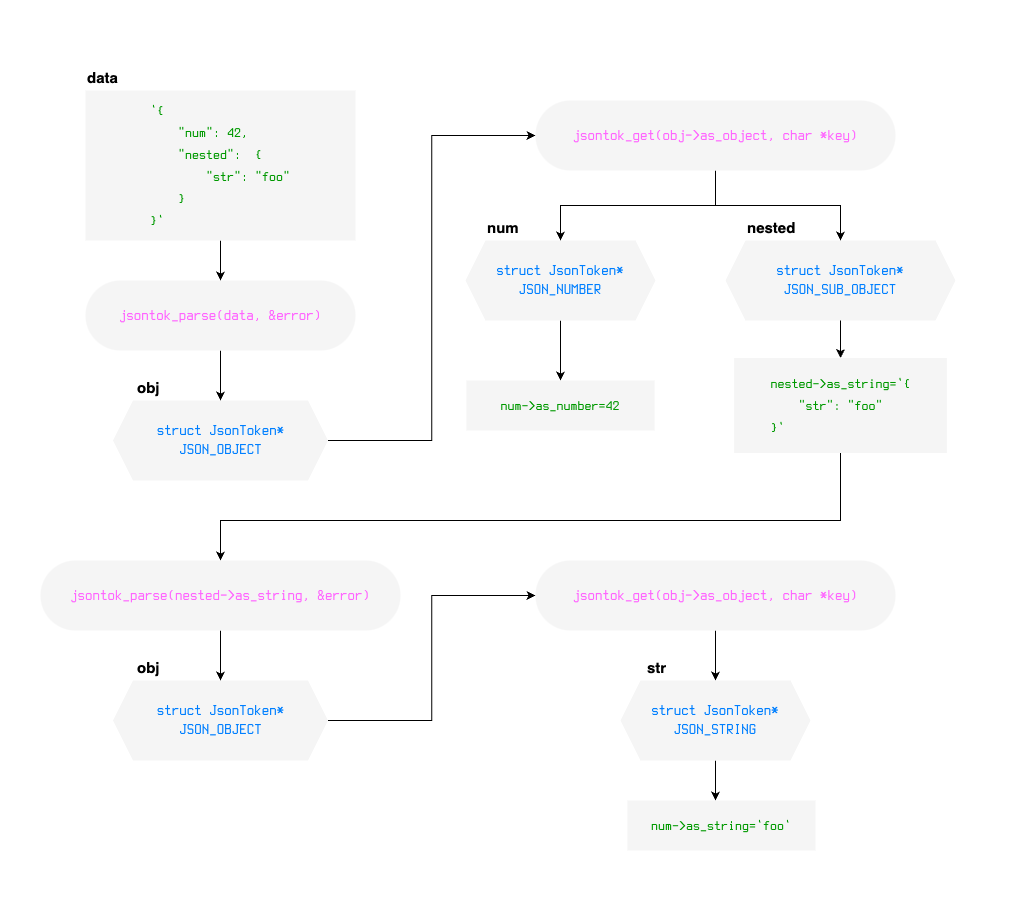
Earlier version of the draw.io export jsontok_light.png (eliasmurcray/jsontok). Source tidied: cells renumbered, new cells last; positions are measured from the earlier drawing's top-left corner, leaving out a move shared by most shapes. The source it was exported from:
```xml
<mxGraphModel background="#FFFFFF">
  <root>
    <mxCell id="0" />
    <mxCell id="1" parent="0" />
    <mxCell id="2" style="rounded=0;whiteSpace=wrap;html=1;fillColor=none;strokeColor=none;" parent="1" vertex="1">
      <mxGeometry width="1010" height="920" as="geometry" />
    </mxCell>
    <mxCell id="3" style="edgeStyle=orthogonalEdgeStyle;rounded=0;jettySize=auto;html=1;entryX=0.5;entryY=0;entryDx=0;entryDy=0;" parent="1" edge="1" source="4" target="8">
      <mxGeometry relative="1" as="geometry" />
    </mxCell>
    <mxCell id="4" value="&lt;font color=&quot;#ff66ff&quot; style=&quot;font-size: 15px;&quot; face=&quot;Terminus&quot;&gt;jsontok_parse(data, &amp;amp;error)&lt;/font&gt;" style="rounded=1;whiteSpace=wrap;html=1;fillColor=#f5f5f5;fontColor=#333333;strokeColor=none;arcSize=50;" parent="1" vertex="1">
      <mxGeometry x="85" y="280" width="270" height="70" as="geometry" />
    </mxCell>
    <mxCell id="5" style="edgeStyle=orthogonalEdgeStyle;rounded=0;jettySize=auto;html=1;entryX=0.5;entryY=0;entryDx=0;entryDy=0;" parent="1" edge="1" source="6" target="4">
      <mxGeometry relative="1" as="geometry" />
    </mxCell>
    <mxCell id="6" value="&lt;p style=&quot;line-height: 130%;&quot;&gt;&lt;/p&gt;&lt;div style=&quot;text-align: left; font-size: 14px; line-height: 150%;&quot;&gt;&lt;span style=&quot;background-color: initial;&quot;&gt;&lt;font style=&quot;font-size: 14px;&quot; face=&quot;Terminus&quot;&gt;`{&lt;/font&gt;&lt;/span&gt;&lt;/div&gt;&lt;div style=&quot;text-align: left; font-size: 14px; line-height: 150%;&quot;&gt;&lt;font style=&quot;font-size: 14px;&quot; face=&quot;Terminus&quot;&gt;&amp;nbsp; &amp;nbsp; &quot;num&quot;: 42,&lt;/font&gt;&lt;/div&gt;&lt;div style=&quot;text-align: left; font-size: 14px; line-height: 150%;&quot;&gt;&lt;span style=&quot;font-family: Terminus; background-color: initial;&quot;&gt;&amp;nbsp; &amp;nbsp; &quot;nested&quot;:&amp;nbsp; {&lt;/span&gt;&lt;/div&gt;&lt;div style=&quot;text-align: left; font-size: 14px; line-height: 150%;&quot;&gt;&lt;font style=&quot;font-size: 14px;&quot; face=&quot;Terminus&quot;&gt;&amp;nbsp; &amp;nbsp; &amp;nbsp; &amp;nbsp; &quot;str&quot;: &quot;foo&quot;&lt;/font&gt;&lt;/div&gt;&lt;div style=&quot;text-align: left; font-size: 14px; line-height: 150%;&quot;&gt;&lt;font style=&quot;font-size: 14px;&quot; face=&quot;Terminus&quot;&gt;&amp;nbsp; &amp;nbsp; }&lt;/font&gt;&lt;/div&gt;&lt;div style=&quot;text-align: left; font-size: 14px; line-height: 150%;&quot;&gt;&lt;font style=&quot;font-size: 14px;&quot; face=&quot;Terminus&quot;&gt;}`&lt;/font&gt;&lt;/div&gt;&lt;p&gt;&lt;/p&gt;" style="rounded=0;whiteSpace=wrap;html=1;fillColor=#f5f5f5;fontColor=#009900;strokeColor=none;" parent="1" vertex="1">
      <mxGeometry x="85" y="90" width="270" height="150" as="geometry" />
    </mxCell>
    <mxCell id="7" style="edgeStyle=orthogonalEdgeStyle;rounded=0;jettySize=auto;html=1;entryX=0;entryY=0.5;entryDx=0;entryDy=0;" parent="1" edge="1" source="8" target="15">
      <mxGeometry relative="1" as="geometry" />
    </mxCell>
    <mxCell id="8" value="&lt;font color=&quot;#007fff&quot; style=&quot;font-size: 15px;&quot; face=&quot;Terminus&quot;&gt;struct JsonToken*&lt;/font&gt;&lt;div style=&quot;font-size: 15px;&quot;&gt;&lt;font color=&quot;#007fff&quot; style=&quot;font-size: 15px;&quot; face=&quot;Terminus&quot;&gt;JSON_OBJECT&lt;/font&gt;&lt;/div&gt;" style="shape=hexagon;perimeter=hexagonPerimeter2;whiteSpace=wrap;html=1;fixedSize=1;fillColor=#f5f5f5;fontColor=#333333;strokeColor=none;" parent="1" vertex="1">
      <mxGeometry x="112.5" y="400" width="215" height="80" as="geometry" />
    </mxCell>
    <mxCell id="9" style="edgeStyle=orthogonalEdgeStyle;rounded=0;jettySize=auto;html=1;entryX=0.5;entryY=0;entryDx=0;entryDy=0;" parent="1" edge="1" source="10" target="16">
      <mxGeometry relative="1" as="geometry" />
    </mxCell>
    <mxCell id="10" value="&lt;font face=&quot;Terminus&quot; color=&quot;#007fff&quot; style=&quot;font-size: 15px;&quot;&gt;struct JsonToken*&lt;/font&gt;&lt;div style=&quot;font-size: 15px;&quot;&gt;&lt;font face=&quot;Terminus&quot; color=&quot;#007fff&quot; style=&quot;font-size: 15px;&quot;&gt;JSON_NUMBER&lt;/font&gt;&lt;/div&gt;" style="shape=hexagon;perimeter=hexagonPerimeter2;whiteSpace=wrap;html=1;fixedSize=1;fillColor=#f5f5f5;fontColor=#333333;strokeColor=none;" parent="1" vertex="1">
      <mxGeometry x="465" y="240" width="190" height="80" as="geometry" />
    </mxCell>
    <mxCell id="11" style="edgeStyle=orthogonalEdgeStyle;rounded=0;jettySize=auto;html=1;entryX=0.5;entryY=0;entryDx=0;entryDy=0;" parent="1" edge="1" source="12" target="22">
      <mxGeometry relative="1" as="geometry" />
    </mxCell>
    <mxCell id="12" value="&lt;font color=&quot;#007fff&quot; style=&quot;font-size: 15px;&quot; face=&quot;Terminus&quot;&gt;struct JsonToken*&lt;/font&gt;&lt;div style=&quot;font-size: 15px;&quot;&gt;&lt;font color=&quot;#007fff&quot; style=&quot;font-size: 15px;&quot; face=&quot;Terminus&quot;&gt;JSON_SUB_OBJECT&lt;/font&gt;&lt;/div&gt;" style="shape=hexagon;perimeter=hexagonPerimeter2;whiteSpace=wrap;html=1;fixedSize=1;fillColor=#f5f5f5;fontColor=#333333;strokeColor=none;" parent="1" vertex="1">
      <mxGeometry x="725" y="240" width="230" height="80" as="geometry" />
    </mxCell>
    <mxCell id="13" style="edgeStyle=orthogonalEdgeStyle;rounded=0;jettySize=auto;html=1;entryX=0.5;entryY=0;entryDx=0;entryDy=0;" parent="1" edge="1" source="15" target="10">
      <mxGeometry relative="1" as="geometry" />
    </mxCell>
    <mxCell id="14" style="edgeStyle=orthogonalEdgeStyle;rounded=0;jettySize=auto;html=1;entryX=0.5;entryY=0;entryDx=0;entryDy=0;" parent="1" edge="1" source="15" target="12">
      <mxGeometry relative="1" as="geometry" />
    </mxCell>
    <mxCell id="15" value="&lt;font color=&quot;#ff66ff&quot; style=&quot;font-size: 15px;&quot; face=&quot;Terminus&quot;&gt;jsontok_get(obj-&amp;gt;as_object, char *key)&lt;/font&gt;" style="rounded=1;whiteSpace=wrap;html=1;fillColor=#f5f5f5;fontColor=#333333;strokeColor=none;arcSize=50;" parent="1" vertex="1">
      <mxGeometry x="535" y="100" width="360" height="70" as="geometry" />
    </mxCell>
    <mxCell id="16" value="&lt;p style=&quot;line-height: 130%;&quot;&gt;&lt;/p&gt;&lt;div style=&quot;text-align: left; font-size: 14px; line-height: 150%;&quot;&gt;&lt;font face=&quot;Terminus&quot;&gt;num-&amp;gt;as_number=42&lt;/font&gt;&lt;/div&gt;&lt;p&gt;&lt;/p&gt;" style="rounded=0;whiteSpace=wrap;html=1;fillColor=#f5f5f5;fontColor=#009900;strokeColor=none;" parent="1" vertex="1">
      <mxGeometry x="465.9" y="380" width="188.1" height="50" as="geometry" />
    </mxCell>
    <mxCell id="17" value="&lt;h1&gt;&lt;font style=&quot;font-size: 15px;&quot;&gt;data&lt;/font&gt;&lt;/h1&gt;" style="text;html=1;align=left;verticalAlign=middle;strokeColor=none;fillColor=none;" parent="1" vertex="1">
      <mxGeometry x="85" y="40" width="50" height="70" as="geometry" />
    </mxCell>
    <mxCell id="18" value="&lt;h1&gt;&lt;font style=&quot;font-size: 15px;&quot;&gt;obj&lt;/font&gt;&lt;/h1&gt;" style="text;html=1;align=left;verticalAlign=middle;strokeColor=none;fillColor=none;" parent="1" vertex="1">
      <mxGeometry x="135" y="350" width="50" height="70" as="geometry" />
    </mxCell>
    <mxCell id="19" value="&lt;h1&gt;&lt;font style=&quot;font-size: 15px;&quot;&gt;num&lt;/font&gt;&lt;/h1&gt;" style="text;html=1;align=left;verticalAlign=middle;strokeColor=none;fillColor=none;" parent="1" vertex="1">
      <mxGeometry x="485" y="190" width="60" height="70" as="geometry" />
    </mxCell>
    <mxCell id="20" value="&lt;h1&gt;&lt;font style=&quot;font-size: 15px;&quot;&gt;nested&lt;/font&gt;&lt;/h1&gt;" style="text;html=1;align=left;verticalAlign=middle;strokeColor=none;fillColor=none;" parent="1" vertex="1">
      <mxGeometry x="745" y="190" width="70" height="70" as="geometry" />
    </mxCell>
    <mxCell id="21" style="edgeStyle=orthogonalEdgeStyle;rounded=0;jettySize=auto;html=1;" parent="1" edge="1" source="22" target="24">
      <mxGeometry relative="1" as="geometry">
        <Array as="points">
          <mxPoint x="840" y="520" />
          <mxPoint x="220" y="520" />
        </Array>
      </mxGeometry>
    </mxCell>
    <mxCell id="22" value="&lt;p style=&quot;line-height: 130%;&quot;&gt;&lt;/p&gt;&lt;div style=&quot;text-align: left; font-size: 14px; line-height: 150%;&quot;&gt;&lt;font face=&quot;Terminus&quot;&gt;nested-&amp;gt;as_string=`{&lt;br&gt;&amp;nbsp; &amp;nbsp; &quot;str&quot;: &quot;foo&quot;&lt;br&gt;}`&lt;/font&gt;&lt;/div&gt;&lt;p&gt;&lt;/p&gt;" style="rounded=0;whiteSpace=wrap;html=1;fillColor=#f5f5f5;fontColor=#009900;strokeColor=none;" parent="1" vertex="1">
      <mxGeometry x="733.6" y="357.5" width="212.7" height="95" as="geometry" />
    </mxCell>
    <mxCell id="23" style="edgeStyle=orthogonalEdgeStyle;rounded=0;jettySize=auto;html=1;" parent="1" edge="1" source="24">
      <mxGeometry relative="1" as="geometry">
        <mxPoint x="220" y="680" as="targetPoint" />
      </mxGeometry>
    </mxCell>
    <mxCell id="24" value="&lt;font color=&quot;#ff66ff&quot; style=&quot;font-size: 15px;&quot; face=&quot;Terminus&quot;&gt;jsontok_parse(nested-&amp;gt;as_string, &amp;amp;error)&lt;/font&gt;" style="rounded=1;whiteSpace=wrap;html=1;fillColor=#f5f5f5;fontColor=#333333;strokeColor=none;arcSize=50;" parent="1" vertex="1">
      <mxGeometry x="40" y="560" width="360" height="70" as="geometry" />
    </mxCell>
    <mxCell id="25" style="edgeStyle=orthogonalEdgeStyle;rounded=0;jettySize=auto;html=1;entryX=0;entryY=0.5;entryDx=0;entryDy=0;" parent="1" edge="1" source="26" target="28">
      <mxGeometry relative="1" as="geometry" />
    </mxCell>
    <mxCell id="26" value="&lt;font color=&quot;#007fff&quot; style=&quot;font-size: 15px;&quot; face=&quot;Terminus&quot;&gt;struct JsonToken*&lt;/font&gt;&lt;div style=&quot;font-size: 15px;&quot;&gt;&lt;font color=&quot;#007fff&quot; style=&quot;font-size: 15px;&quot; face=&quot;Terminus&quot;&gt;JSON_OBJECT&lt;/font&gt;&lt;/div&gt;" style="shape=hexagon;perimeter=hexagonPerimeter2;whiteSpace=wrap;html=1;fixedSize=1;fillColor=#f5f5f5;fontColor=#333333;strokeColor=none;" parent="1" vertex="1">
      <mxGeometry x="112.5" y="680" width="215" height="80" as="geometry" />
    </mxCell>
    <mxCell id="27" style="edgeStyle=orthogonalEdgeStyle;rounded=0;jettySize=auto;html=1;" parent="1" edge="1" source="28">
      <mxGeometry relative="1" as="geometry">
        <mxPoint x="715" y="680" as="targetPoint" />
      </mxGeometry>
    </mxCell>
    <mxCell id="28" value="&lt;font color=&quot;#ff66ff&quot; style=&quot;font-size: 15px;&quot; face=&quot;Terminus&quot;&gt;jsontok_get(obj-&amp;gt;as_object, char *key)&lt;/font&gt;" style="rounded=1;whiteSpace=wrap;html=1;fillColor=#f5f5f5;fontColor=#333333;strokeColor=none;arcSize=50;" parent="1" vertex="1">
      <mxGeometry x="535" y="560" width="360" height="70" as="geometry" />
    </mxCell>
    <mxCell id="29" style="edgeStyle=orthogonalEdgeStyle;rounded=0;jettySize=auto;html=1;" parent="1" edge="1" source="30">
      <mxGeometry relative="1" as="geometry">
        <mxPoint x="715" y="800" as="targetPoint" />
      </mxGeometry>
    </mxCell>
    <mxCell id="30" value="&lt;font face=&quot;Terminus&quot; color=&quot;#007fff&quot; style=&quot;font-size: 15px;&quot;&gt;struct JsonToken*&lt;/font&gt;&lt;div style=&quot;font-size: 15px;&quot;&gt;&lt;font face=&quot;Terminus&quot; color=&quot;#007fff&quot; style=&quot;font-size: 15px;&quot;&gt;JSON_STRING&lt;/font&gt;&lt;/div&gt;" style="shape=hexagon;perimeter=hexagonPerimeter2;whiteSpace=wrap;html=1;fixedSize=1;fillColor=#f5f5f5;fontColor=#333333;strokeColor=none;" parent="1" vertex="1">
      <mxGeometry x="620" y="680" width="190" height="80" as="geometry" />
    </mxCell>
    <mxCell id="31" value="&lt;h1&gt;&lt;font style=&quot;font-size: 15px;&quot;&gt;str&lt;/font&gt;&lt;/h1&gt;" style="text;html=1;align=left;verticalAlign=middle;strokeColor=none;fillColor=none;" parent="1" vertex="1">
      <mxGeometry x="645" y="630" width="40" height="70" as="geometry" />
    </mxCell>
    <mxCell id="32" value="&lt;p style=&quot;line-height: 130%;&quot;&gt;&lt;/p&gt;&lt;div style=&quot;text-align: left; font-size: 14px; line-height: 150%;&quot;&gt;&lt;font face=&quot;Terminus&quot;&gt;num-&amp;gt;as_string=`foo`&lt;/font&gt;&lt;/div&gt;&lt;p&gt;&lt;/p&gt;" style="rounded=0;whiteSpace=wrap;html=1;fillColor=#f5f5f5;fontColor=#009900;strokeColor=none;" parent="1" vertex="1">
      <mxGeometry x="626.9" y="800" width="188.1" height="50" as="geometry" />
    </mxCell>
    <mxCell id="33" value="&lt;h1&gt;&lt;font style=&quot;font-size: 15px;&quot;&gt;obj&lt;/font&gt;&lt;/h1&gt;" style="text;html=1;align=left;verticalAlign=middle;strokeColor=none;fillColor=none;" parent="1" vertex="1">
      <mxGeometry x="135" y="630" width="50" height="70" as="geometry" />
    </mxCell>
  </root>
</mxGraphModel>
```
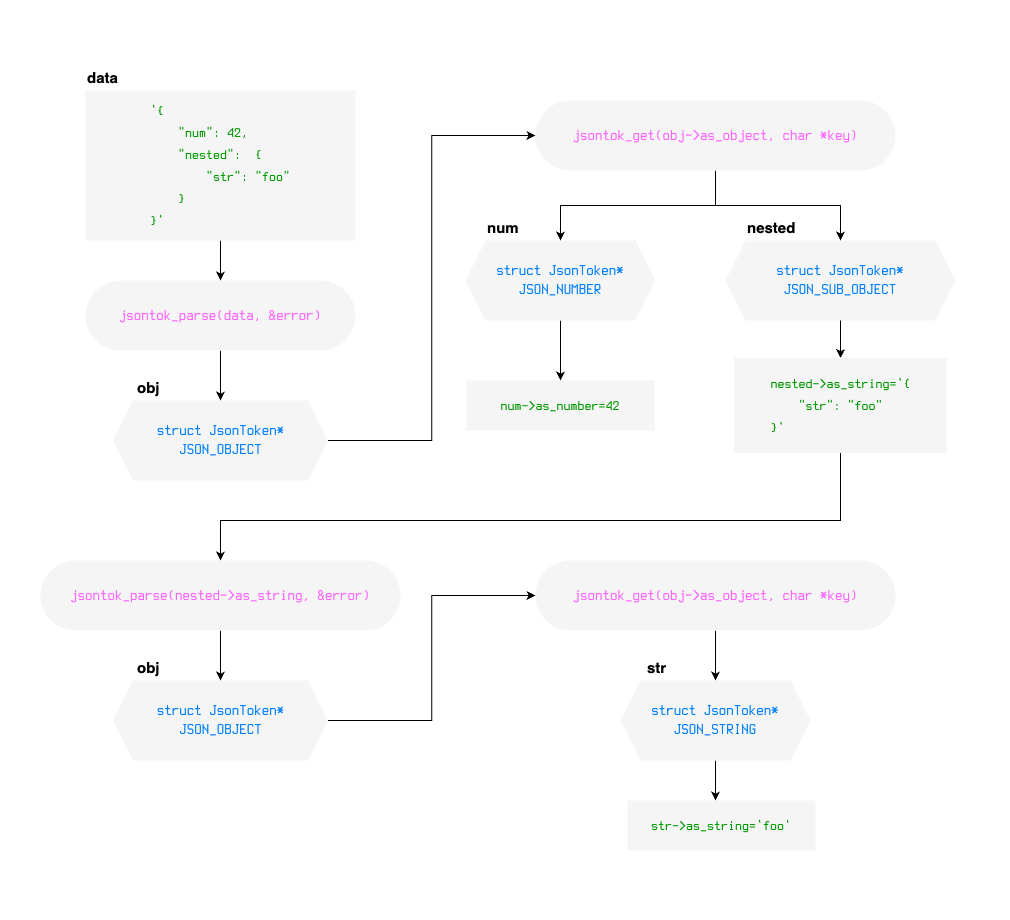
The same diagram one commit later.

Diff of the diagram source:
```diff
@@ -103,7 +103,7 @@
     <mxCell id="31" value="&lt;h1&gt;&lt;font style=&quot;font-size: 15px;&quot;&gt;str&lt;/font&gt;&lt;/h1&gt;" style="text;html=1;align=left;verticalAlign=middle;strokeColor=none;fillColor=none;" parent="1" vertex="1">
       <mxGeometry x="645" y="630" width="40" height="70" as="geometry" />
     </mxCell>
-    <mxCell id="32" value="&lt;p style=&quot;line-height: 130%;&quot;&gt;&lt;/p&gt;&lt;div style=&quot;text-align: left; font-size: 14px; line-height: 150%;&quot;&gt;&lt;font face=&quot;Terminus&quot;&gt;num-&amp;gt;as_string=`foo`&lt;/font&gt;&lt;/div&gt;&lt;p&gt;&lt;/p&gt;" style="rounded=0;whiteSpace=wrap;html=1;fillColor=#f5f5f5;fontColor=#009900;strokeColor=none;" parent="1" vertex="1">
+    <mxCell id="32" value="&lt;p style=&quot;line-height: 130%;&quot;&gt;&lt;/p&gt;&lt;div style=&quot;text-align: left; font-size: 14px; line-height: 150%;&quot;&gt;&lt;font face=&quot;Terminus&quot;&gt;str-&amp;gt;as_string=`foo`&lt;/font&gt;&lt;/div&gt;&lt;p&gt;&lt;/p&gt;" style="rounded=0;whiteSpace=wrap;html=1;fillColor=#f5f5f5;fontColor=#009900;strokeColor=none;" parent="1" vertex="1">
       <mxGeometry x="626.9" y="800" width="188.1" height="50" as="geometry" />
     </mxCell>
     <mxCell id="33" value="&lt;h1&gt;&lt;font style=&quot;font-size: 15px;&quot;&gt;obj&lt;/font&gt;&lt;/h1&gt;" style="text;html=1;align=left;verticalAlign=middle;strokeColor=none;fillColor=none;" parent="1" vertex="1">
```
